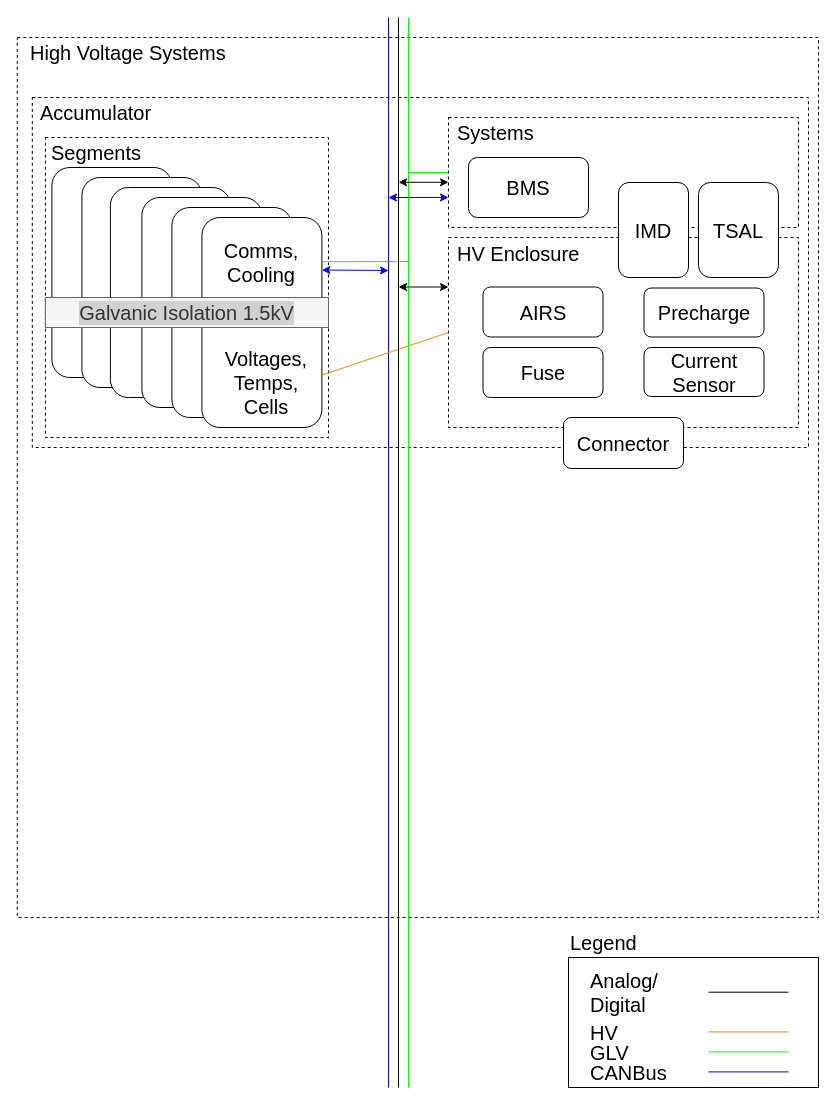
Above: CFR24/High Voltage.drawio in concordia-fsae/System_Diagrams (draw.io), before the change. Source tidied: cells renumbered, new cells numbered last; positions are measured from the earlier drawing's top-left corner, leaving out a move shared by most shapes. Both pictures are drawn from the tidied source at 100%, with x=0, y=0 at pixel (17, 17).
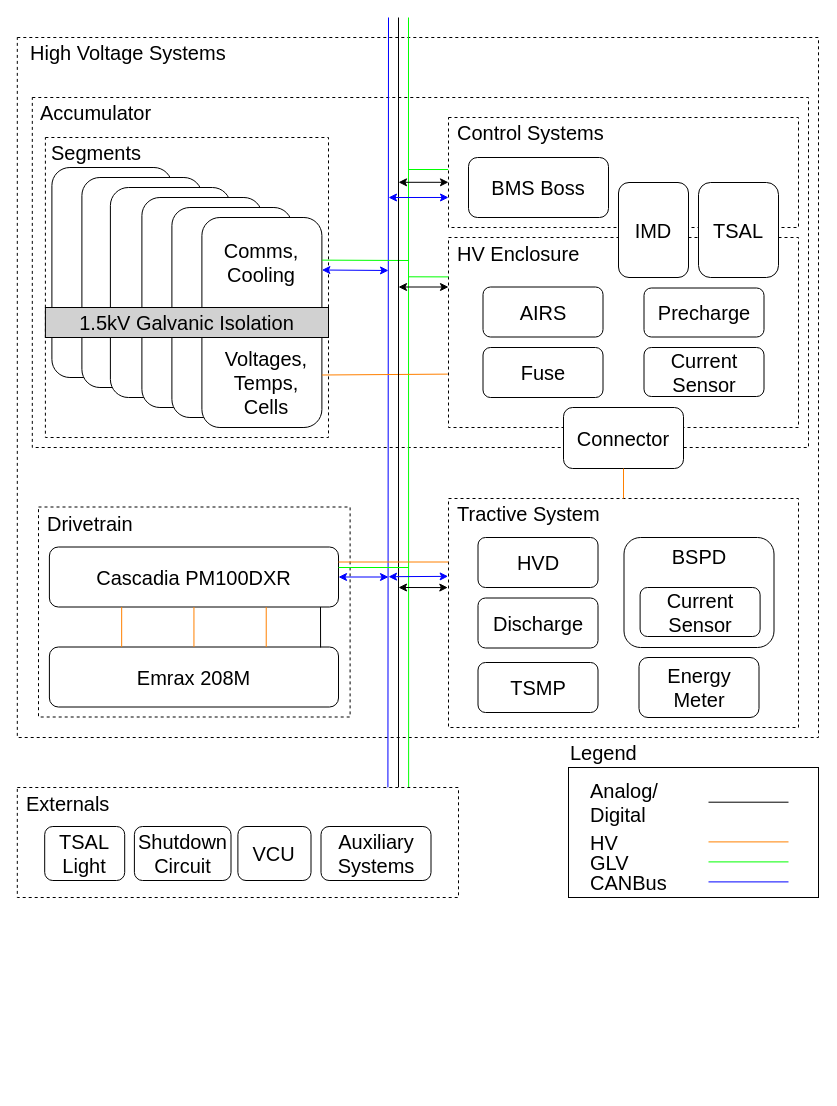
The same diagram, later.

The change refers to these unchanged cells:
```xml
<mxCell id="13" style="rounded=1;whiteSpace=wrap;html=1;fontSize=20;" parent="1" vertex="1">
  <mxGeometry x="184.4" y="200" width="120" height="210" as="geometry" />
</mxCell>
<mxCell id="30" style="rounded=0;whiteSpace=wrap;html=1;fontSize=20;dashed=1;" parent="1" vertex="1">
  <mxGeometry x="431" y="220" width="350" height="190" as="geometry" />
</mxCell>
<mxCell id="32" style="rounded=0;whiteSpace=wrap;html=1;fontSize=20;dashed=1;" parent="1" vertex="1">
  <mxGeometry x="431" y="100" width="350" height="110" as="geometry" />
</mxCell>
```

Diff of the diagram source:
```diff
@@
     <mxCell id="2" style="rounded=0;whiteSpace=wrap;html=1;labelBackgroundColor=#;fontSize=20;" parent="1" vertex="1">
-      <mxGeometry x="551" y="940" width="250" height="130" as="geometry" />
+      <mxGeometry x="551" y="750" width="250" height="130" as="geometry" />
     </mxCell>
     <mxCell id="3" style="verticalLabelPosition=bottom;verticalAlign=top;html=1;shape=mxgraph.basic.rect;fillColor2=none;strokeWidth=1;size=20;indent=5;dashed=1;" parent="1" vertex="1">
-      <mxGeometry x="-0.2" y="20" width="801.2" height="880" as="geometry" />
+      <mxGeometry x="-0.2" y="20" width="801.2" height="700" as="geometry" />
     </mxCell>
@@
-    <mxCell id="16" value="&lt;font style=&quot;font-size: 20px;&quot;&gt;Galvanic Isolation 1.5kV&lt;/font&gt;" style="text;html=1;align=center;verticalAlign=middle;whiteSpace=wrap;rounded=0;labelBackgroundColor=#D1D1D1;fontSize=20;fillColor=#f5f5f5;fontColor=#333333;strokeColor=#666666;" parent="1" vertex="1">
-      <mxGeometry x="27.9" y="280" width="283.1" height="30" as="geometry" />
-    </mxCell>
@@
-    <mxCell id="18" style="endArrow=none;html=1;rounded=0;fontSize=20;strokeColor=#0000FF;" parent="1" edge="1">
+    <mxCell id="18" style="endArrow=none;html=1;rounded=0;fontSize=20;strokeColor=#0000FF;exitX=0.84;exitY=0.002;exitDx=0;exitDy=0;exitPerimeter=0;" parent="1" edge="1" source="73">
       <mxGeometry relative="1" as="geometry">
-        <mxPoint x="371" y="1070" as="sourcePoint" />
         <mxPoint x="371" as="targetPoint" />
       </mxGeometry>
     </mxCell>
     <mxCell id="19" style="endArrow=none;html=1;rounded=0;fontSize=20;strokeColor=#0000FF;" parent="1" edge="1">
       <mxGeometry relative="1" as="geometry">
-        <mxPoint x="771" y="1054.4" as="sourcePoint" />
-        <mxPoint x="691" y="1054.4" as="targetPoint" />
+        <mxPoint x="771" y="864.4" as="sourcePoint" />
+        <mxPoint x="691" y="864.4" as="targetPoint" />
       </mxGeometry>
     </mxCell>
     <mxCell id="20" value="CANBus" style="text;html=1;strokeColor=none;fillColor=none;align=left;verticalAlign=middle;whiteSpace=wrap;rounded=0;labelBackgroundColor=#;fontSize=20;" parent="1" vertex="1">
-      <mxGeometry x="571" y="1040" width="60" height="30" as="geometry" />
+      <mxGeometry x="571" y="850" width="60" height="30" as="geometry" />
     </mxCell>
     <mxCell id="21" value="&lt;div align=&quot;left&quot;&gt;Legend&lt;/div&gt;" style="text;html=1;strokeColor=none;fillColor=none;align=left;verticalAlign=middle;whiteSpace=wrap;rounded=0;labelBackgroundColor=#;fontSize=20;" parent="1" vertex="1">
-      <mxGeometry x="551" y="910" width="60" height="30" as="geometry" />
+      <mxGeometry x="551" y="720" width="60" height="30" as="geometry" />
     </mxCell>
@@
     <mxCell id="23" style="endArrow=none;html=1;rounded=0;fontSize=20;strokeColor=#00FF00;" parent="1" edge="1">
       <mxGeometry relative="1" as="geometry">
-        <mxPoint x="771" y="1034.4" as="sourcePoint" />
-        <mxPoint x="691" y="1034.4" as="targetPoint" />
+        <mxPoint x="771" y="844.4" as="sourcePoint" />
+        <mxPoint x="691" y="844.4" as="targetPoint" />
       </mxGeometry>
     </mxCell>
     <mxCell id="24" value="GLV" style="text;html=1;strokeColor=none;fillColor=none;align=left;verticalAlign=middle;whiteSpace=wrap;rounded=0;labelBackgroundColor=#;fontSize=20;" parent="1" vertex="1">
-      <mxGeometry x="571" y="1020" width="60" height="30" as="geometry" />
+      <mxGeometry x="571" y="830" width="60" height="30" as="geometry" />
     </mxCell>
     <mxCell id="25" style="endArrow=none;html=1;rounded=0;fontSize=20;strokeColor=#FF8000;" parent="1" edge="1">
       <mxGeometry relative="1" as="geometry">
-        <mxPoint x="771" y="1014.4" as="sourcePoint" />
-        <mxPoint x="691" y="1014.4" as="targetPoint" />
+        <mxPoint x="771" y="824.4" as="sourcePoint" />
+        <mxPoint x="691" y="824.4" as="targetPoint" />
       </mxGeometry>
     </mxCell>
     <mxCell id="26" value="HV" style="text;html=1;strokeColor=none;fillColor=none;align=left;verticalAlign=middle;whiteSpace=wrap;rounded=0;labelBackgroundColor=#;fontSize=20;" parent="1" vertex="1">
-      <mxGeometry x="571" y="1000" width="60" height="30" as="geometry" />
+      <mxGeometry x="571" y="810" width="60" height="30" as="geometry" />
     </mxCell>
     <mxCell id="27" style="endArrow=none;html=1;rounded=0;fontSize=20;strokeColor=#000000;" parent="1" edge="1">
       <mxGeometry relative="1" as="geometry">
-        <mxPoint x="771" y="974.7" as="sourcePoint" />
-        <mxPoint x="691" y="974.7" as="targetPoint" />
+        <mxPoint x="771" y="784.7" as="sourcePoint" />
+        <mxPoint x="691" y="784.7" as="targetPoint" />
       </mxGeometry>
     </mxCell>
     <mxCell id="28" value="&lt;div&gt;Analog/&lt;/div&gt;&lt;div&gt;Digital&lt;/div&gt;" style="text;html=1;strokeColor=none;fillColor=none;align=left;verticalAlign=middle;whiteSpace=wrap;rounded=0;labelBackgroundColor=#;fontSize=20;" parent="1" vertex="1">
-      <mxGeometry x="571" y="960" width="60" height="30" as="geometry" />
+      <mxGeometry x="571" y="770" width="60" height="30" as="geometry" />
     </mxCell>
-    <mxCell id="29" style="endArrow=none;html=1;rounded=0;fontSize=20;strokeColor=#00FF00;" parent="1" edge="1">
+    <mxCell id="29" style="endArrow=none;html=1;rounded=0;fontSize=20;strokeColor=#00FF00;exitX=0.887;exitY=0.002;exitDx=0;exitDy=0;exitPerimeter=0;" parent="1" edge="1" source="73">
       <mxGeometry relative="1" as="geometry">
-        <mxPoint x="391" y="1070" as="sourcePoint" />
         <mxPoint x="391" as="targetPoint" />
       </mxGeometry>
     </mxCell>
@@
-    <mxCell id="33" value="Systems" style="text;html=1;strokeColor=none;fillColor=none;align=left;verticalAlign=middle;whiteSpace=wrap;rounded=0;fontSize=20;" parent="1" vertex="1">
+    <mxCell id="33" value="Control Systems" style="text;html=1;strokeColor=none;fillColor=none;align=left;verticalAlign=middle;whiteSpace=wrap;rounded=0;fontSize=20;" parent="1" vertex="1">
       <mxGeometry x="437.6" y="100" width="185" height="30" as="geometry" />
     </mxCell>
-    <mxCell id="34" style="endArrow=none;html=1;rounded=0;fontSize=20;strokeColor=#FF8000;entryX=1;entryY=0.75;entryDx=0;entryDy=0;exitX=0;exitY=0.5;exitDx=0;exitDy=0;" parent="1" edge="1" source="30" target="13">
+    <mxCell id="34" style="endArrow=none;html=1;rounded=0;fontSize=20;strokeColor=#FF8000;entryX=1;entryY=0.75;entryDx=0;entryDy=0;exitX=-0.002;exitY=0.719;exitDx=0;exitDy=0;exitPerimeter=0;" parent="1" edge="1" source="30" target="13">
       <mxGeometry relative="1" as="geometry" />
     </mxCell>
     <mxCell id="35" value="Connector" style="rounded=1;whiteSpace=wrap;html=1;labelBackgroundColor=#;fontSize=20;" parent="1" vertex="1">
-      <mxGeometry x="546" y="400" width="120" height="51" as="geometry" />
+      <mxGeometry x="546" y="390" width="120" height="61" as="geometry" />
     </mxCell>
@@
-    <mxCell id="38" style="endArrow=none;html=1;rounded=0;fontSize=20;strokeColor=#00FF00;" parent="1" edge="1">
+    <mxCell id="38" style="endArrow=none;html=1;rounded=0;fontSize=20;strokeColor=#00FF00;entryX=1;entryY=0.203;entryDx=0;entryDy=0;entryPerimeter=0;" parent="1" edge="1" target="13">
       <mxGeometry relative="1" as="geometry">
-        <mxPoint x="391" y="244" as="sourcePoint" />
-        <mxPoint x="304.4" y="244.2" as="targetPoint" />
+        <mxPoint x="391" y="243" as="sourcePoint" />
       </mxGeometry>
     </mxCell>
-    <mxCell id="39" style="endArrow=none;html=1;rounded=0;fontSize=20;strokeColor=#00FF00;exitX=0;exitY=0.5;exitDx=0;exitDy=0;" parent="1" edge="1" source="32">
+    <mxCell id="39" style="endArrow=none;html=1;rounded=0;fontSize=20;strokeColor=#00FF00;exitX=-0.001;exitY=0.473;exitDx=0;exitDy=0;exitPerimeter=0;" parent="1" edge="1" source="32">
       <mxGeometry relative="1" as="geometry">
-        <mxPoint x="391" y="155" as="targetPoint" />
+        <mxPoint x="391" y="152" as="targetPoint" />
       </mxGeometry>
     </mxCell>
@@
-    <mxCell id="41" style="endArrow=none;html=1;rounded=0;fontSize=20;strokeColor=#000000;" parent="1" edge="1">
+    <mxCell id="41" style="endArrow=none;html=1;rounded=0;fontSize=20;strokeColor=#000000;entryX=0.864;entryY=-0.001;entryDx=0;entryDy=0;entryPerimeter=0;" parent="1" edge="1" target="73">
       <mxGeometry relative="1" as="geometry">
         <mxPoint x="381" as="sourcePoint" />
-        <mxPoint x="381" y="1070" as="targetPoint" />
       </mxGeometry>
     </mxCell>
@@
-    <mxCell id="43" value="BMS" style="rounded=1;whiteSpace=wrap;html=1;labelBackgroundColor=#;fontSize=20;" parent="1" vertex="1">
-      <mxGeometry x="451" y="140" width="120" height="60" as="geometry" />
+    <mxCell id="43" value="BMS Boss" style="rounded=1;whiteSpace=wrap;html=1;labelBackgroundColor=#;fontSize=20;" parent="1" vertex="1">
+      <mxGeometry x="451" y="140" width="140" height="60" as="geometry" />
     </mxCell>
@@
+    <mxCell id="49" style="rounded=0;whiteSpace=wrap;html=1;fontSize=20;dashed=1;" parent="1" vertex="1">
+      <mxGeometry x="431" y="481" width="350" height="229" as="geometry" />
+    </mxCell>
+    <mxCell id="50" value="Tractive System" style="text;html=1;strokeColor=none;fillColor=none;align=left;verticalAlign=middle;whiteSpace=wrap;rounded=0;fontSize=20;" parent="1" vertex="1">
+      <mxGeometry x="437.6" y="481" width="185" height="30" as="geometry" />
+    </mxCell>
+    <mxCell id="51" style="rounded=0;whiteSpace=wrap;html=1;fontSize=20;dashed=1;" parent="1" vertex="1">
+      <mxGeometry x="21" y="489.5" width="311.6" height="210" as="geometry" />
+    </mxCell>
+    <mxCell id="52" value="Drivetrain" style="text;html=1;strokeColor=none;fillColor=none;align=left;verticalAlign=middle;whiteSpace=wrap;rounded=0;fontSize=20;" parent="1" vertex="1">
+      <mxGeometry x="27.9" y="490.5" width="185" height="30" as="geometry" />
+    </mxCell>
+    <mxCell id="53" value="Cascadia PM100DXR" style="rounded=1;whiteSpace=wrap;html=1;labelBackgroundColor=#;fontSize=20;" parent="1" vertex="1">
+      <mxGeometry x="31.9" y="529.5" width="289.1" height="60" as="geometry" />
+    </mxCell>
+    <mxCell id="54" value="Emrax 208M" style="rounded=1;whiteSpace=wrap;html=1;labelBackgroundColor=#;fontSize=20;" parent="1" vertex="1">
+      <mxGeometry x="31.9" y="629.5" width="289.1" height="60" as="geometry" />
+    </mxCell>
+    <mxCell id="55" style="endArrow=none;html=1;rounded=0;fontSize=20;strokeColor=#FF8000;entryX=0.5;entryY=1;entryDx=0;entryDy=0;exitX=0.5;exitY=0;exitDx=0;exitDy=0;" parent="1" edge="1" source="54" target="53">
+      <mxGeometry relative="1" as="geometry" />
+    </mxCell>
+    <mxCell id="56" style="endArrow=none;html=1;rounded=0;fontSize=20;strokeColor=#FF8000;entryX=0.25;entryY=1;entryDx=0;entryDy=0;exitX=0.25;exitY=0;exitDx=0;exitDy=0;" parent="1" edge="1" source="54" target="53">
+      <mxGeometry relative="1" as="geometry" />
+    </mxCell>
+    <mxCell id="57" style="endArrow=none;html=1;rounded=0;fontSize=20;strokeColor=#000000;exitX=0.938;exitY=0.008;exitDx=0;exitDy=0;exitPerimeter=0;" parent="1" edge="1" source="54">
+      <mxGeometry relative="1" as="geometry">
+        <mxPoint x="303" y="589.5" as="targetPoint" />
+      </mxGeometry>
+    </mxCell>
+    <mxCell id="58" style="endArrow=none;html=1;rounded=0;fontSize=20;strokeColor=#FF8000;entryX=0.75;entryY=1;entryDx=0;entryDy=0;exitX=0.75;exitY=0;exitDx=0;exitDy=0;" parent="1" edge="1" source="54" target="53">
+      <mxGeometry relative="1" as="geometry" />
+    </mxCell>
+    <mxCell id="59" style="endArrow=classic;startArrow=classic;html=1;rounded=0;strokeColor=#0000FF;fontSize=20;exitX=1;exitY=0.5;exitDx=0;exitDy=0;" parent="1" edge="1" source="53">
+      <mxGeometry relative="1" as="geometry">
+        <mxPoint x="371" y="559.5" as="targetPoint" />
+      </mxGeometry>
+    </mxCell>
+    <mxCell id="60" style="endArrow=none;html=1;rounded=0;fontSize=20;strokeColor=#FF8000;entryX=1;entryY=0.25;entryDx=0;entryDy=0;" parent="1" edge="1" target="53">
+      <mxGeometry relative="1" as="geometry">
+        <mxPoint x="431" y="544.5" as="sourcePoint" />
+      </mxGeometry>
+    </mxCell>
+    <mxCell id="61" style="endArrow=none;html=1;rounded=0;fontSize=20;strokeColor=#FF8000;entryX=0.5;entryY=1;entryDx=0;entryDy=0;exitX=0.5;exitY=0;exitDx=0;exitDy=0;" parent="1" edge="1" source="49" target="35">
+      <mxGeometry relative="1" as="geometry" />
+    </mxCell>
+    <mxCell id="62" value="HVD" style="rounded=1;whiteSpace=wrap;html=1;labelBackgroundColor=#;fontSize=20;" parent="1" vertex="1">
+      <mxGeometry x="460.5" y="520" width="120" height="50" as="geometry" />
+    </mxCell>
+    <mxCell id="63" value="&lt;div&gt;BSPD&lt;/div&gt;&lt;div&gt;&lt;br&gt;&lt;/div&gt;&lt;div&gt;&lt;br&gt;&lt;/div&gt;&lt;div&gt;&lt;br&gt;&lt;/div&gt;" style="rounded=1;whiteSpace=wrap;html=1;labelBackgroundColor=#;fontSize=20;" parent="1" vertex="1">
+      <mxGeometry x="606.5" y="520" width="150" height="110" as="geometry" />
+    </mxCell>
+    <mxCell id="64" value="Discharge" style="rounded=1;whiteSpace=wrap;html=1;labelBackgroundColor=#;fontSize=20;" parent="1" vertex="1">
+      <mxGeometry x="460.5" y="580.5" width="120" height="50" as="geometry" />
+    </mxCell>
+    <mxCell id="65" value="&lt;div&gt;Current&lt;/div&gt;&lt;div&gt;Sensor&lt;br&gt;&lt;/div&gt;" style="rounded=1;whiteSpace=wrap;html=1;labelBackgroundColor=#;fontSize=20;" parent="1" vertex="1">
+      <mxGeometry x="622.6" y="570" width="120" height="49" as="geometry" />
+    </mxCell>
+    <mxCell id="66" value="Energy Meter" style="rounded=1;whiteSpace=wrap;html=1;labelBackgroundColor=#;fontSize=20;" parent="1" vertex="1">
+      <mxGeometry x="621.5" y="640" width="120" height="60" as="geometry" />
+    </mxCell>
+    <mxCell id="67" value="TSMP" style="rounded=1;whiteSpace=wrap;html=1;labelBackgroundColor=#;fontSize=20;" parent="1" vertex="1">
+      <mxGeometry x="460.5" y="645" width="120" height="50" as="geometry" />
+    </mxCell>
+    <mxCell id="68" style="endArrow=classic;startArrow=classic;html=1;rounded=0;strokeColor=#000000;fontSize=20;entryX=-0.002;entryY=0.389;entryDx=0;entryDy=0;entryPerimeter=0;" parent="1" edge="1" target="49">
+      <mxGeometry relative="1" as="geometry">
+        <mxPoint x="381" y="570" as="sourcePoint" />
+      </mxGeometry>
+    </mxCell>
+    <mxCell id="69" style="endArrow=none;html=1;rounded=0;fontSize=20;strokeColor=#00FF00;exitX=-0.001;exitY=0.473;exitDx=0;exitDy=0;exitPerimeter=0;" parent="1" edge="1">
+      <mxGeometry relative="1" as="geometry">
+        <mxPoint x="431" y="259.4" as="sourcePoint" />
+        <mxPoint x="391.4" y="259.3" as="targetPoint" />
+      </mxGeometry>
+    </mxCell>
+    <mxCell id="70" style="endArrow=none;html=1;rounded=0;fontSize=20;strokeColor=#00FF00;entryX=1;entryY=0.203;entryDx=0;entryDy=0;entryPerimeter=0;" parent="1" edge="1">
+      <mxGeometry relative="1" as="geometry">
+        <mxPoint x="391" y="550" as="sourcePoint" />
+        <mxPoint x="321" y="550" as="targetPoint" />
+      </mxGeometry>
+    </mxCell>
+    <mxCell id="71" style="endArrow=classic;startArrow=classic;html=1;rounded=0;strokeColor=#0000FF;fontSize=20;exitX=1;exitY=0.5;exitDx=0;exitDy=0;entryX=-0.001;entryY=0.34;entryDx=0;entryDy=0;entryPerimeter=0;" parent="1" edge="1" target="49">
+      <mxGeometry relative="1" as="geometry">
+        <mxPoint x="371" y="559.2" as="sourcePoint" />
+      </mxGeometry>
+    </mxCell>
+    <mxCell id="72" value="1.5kV Galvanic Isolation" style="rounded=0;whiteSpace=wrap;html=1;labelBackgroundColor=none;fontSize=20;fillColor=#D1D1D1;" parent="1" vertex="1">
+      <mxGeometry x="27.9" y="290" width="283.1" height="30" as="geometry" />
+    </mxCell>
+    <mxCell id="73" style="rounded=0;whiteSpace=wrap;html=1;fontSize=20;dashed=1;" parent="1" vertex="1">
+      <mxGeometry x="-0.2" y="770" width="441.2" height="110" as="geometry" />
+    </mxCell>
+    <mxCell id="74" value="&lt;div&gt;Externals&lt;/div&gt;" style="text;html=1;strokeColor=none;fillColor=none;align=left;verticalAlign=middle;whiteSpace=wrap;rounded=0;fontSize=20;" parent="1" vertex="1">
+      <mxGeometry x="6.6" y="771" width="185" height="30" as="geometry" />
+    </mxCell>
+    <mxCell id="75" value="&lt;div&gt;TSAL&lt;/div&gt;&lt;div&gt;Light&lt;br&gt;&lt;/div&gt;" style="rounded=1;whiteSpace=wrap;html=1;labelBackgroundColor=#;fontSize=20;" parent="1" vertex="1">
+      <mxGeometry x="27.2" y="809" width="80" height="54" as="geometry" />
+    </mxCell>
+    <mxCell id="76" value="Shutdown Circuit" style="rounded=1;whiteSpace=wrap;html=1;labelBackgroundColor=#;fontSize=20;" parent="1" vertex="1">
+      <mxGeometry x="116.9" y="809" width="96.6" height="54" as="geometry" />
+    </mxCell>
+    <mxCell id="77" value="VCU" style="rounded=1;whiteSpace=wrap;html=1;labelBackgroundColor=#;fontSize=20;" parent="1" vertex="1">
+      <mxGeometry x="220.4" y="809" width="73.1" height="54" as="geometry" />
+    </mxCell>
+    <mxCell id="78" value="Auxiliary Systems" style="rounded=1;whiteSpace=wrap;html=1;labelBackgroundColor=#;fontSize=20;" parent="1" vertex="1">
+      <mxGeometry x="303.5" y="809" width="110" height="54" as="geometry" />
+    </mxCell>
```
